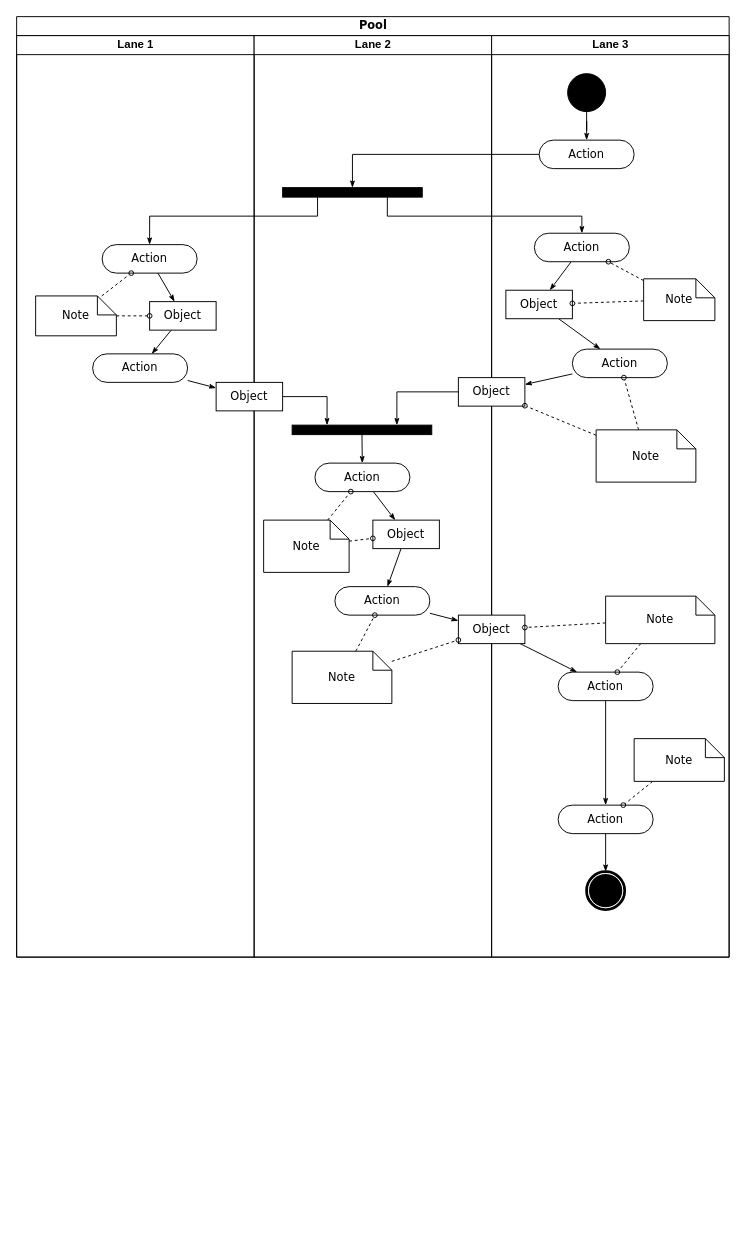
Earlier version of the draw.io diagram ActivityDiagram.drawio (wildman9x/1631). Source tidied: cells renumbered, new cells numbered last; positions are measured from the earlier drawing's top-left corner, leaving out a move shared by most shapes. Both pictures are drawn from the tidied source at 95%, with x=0, y=0 at pixel (16, 16).
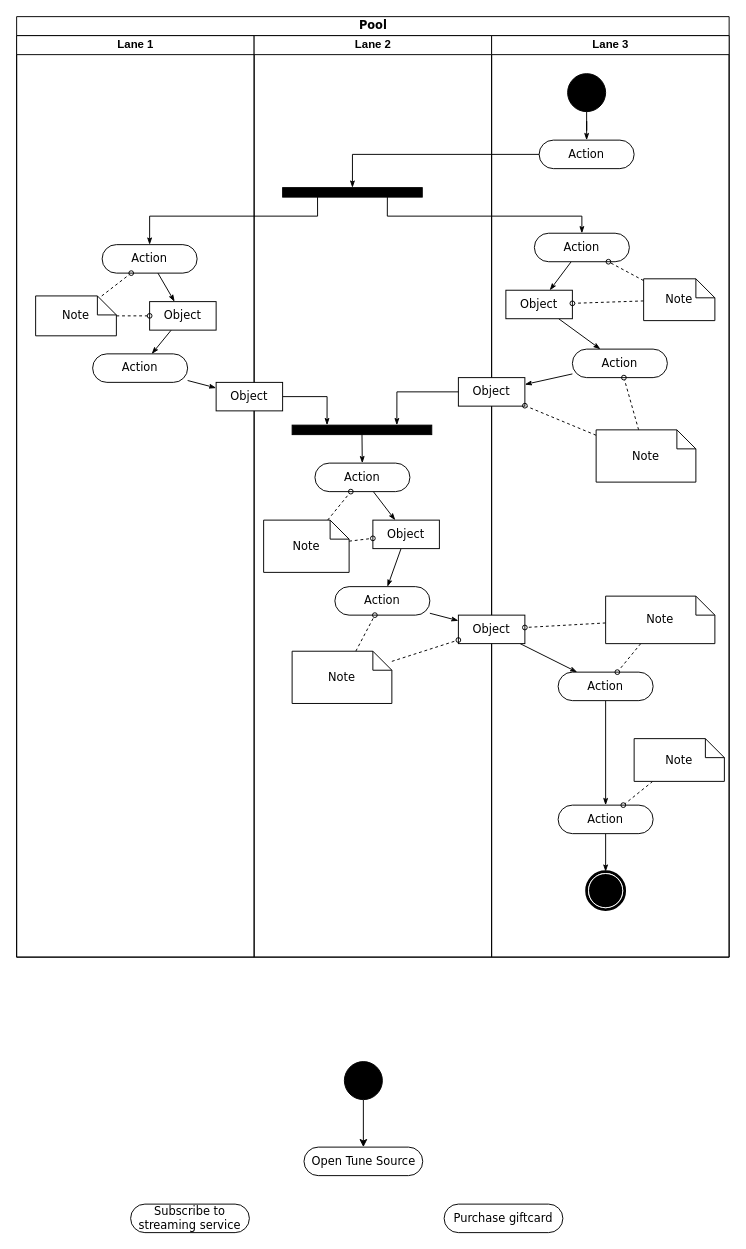
After the change.

What changed in the source:
```diff
@@
+    <mxCell id="64" style="edgeStyle=orthogonalEdgeStyle;rounded=0;jettySize=auto;html=1;entryX=0.5;entryY=0;entryDx=0;entryDy=0;" parent="1" edge="1" source="65" target="66">
+      <mxGeometry relative="1" as="geometry" />
+    </mxCell>
+    <mxCell id="65" style="ellipse;whiteSpace=wrap;html=1;rounded=0;shadow=0;comic=0;labelBackgroundColor=none;strokeWidth=1;fillColor=#000000;fontFamily=Verdana;fontSize=12;align=center;" parent="1" vertex="1">
+      <mxGeometry x="345" y="1100" width="40" height="40" as="geometry" />
+    </mxCell>
+    <mxCell id="66" value="Open Tune Source" style="rounded=1;whiteSpace=wrap;html=1;shadow=0;comic=0;labelBackgroundColor=none;strokeWidth=1;fontFamily=Verdana;fontSize=12;align=center;arcSize=50;" parent="1" vertex="1">
+      <mxGeometry x="302.5" y="1190" width="125" height="30" as="geometry" />
+    </mxCell>
+    <mxCell id="67" value="Subscribe to streaming service" style="rounded=1;whiteSpace=wrap;html=1;shadow=0;comic=0;labelBackgroundColor=none;strokeWidth=1;fontFamily=Verdana;fontSize=12;align=center;arcSize=50;" parent="1" vertex="1">
+      <mxGeometry x="120" y="1250" width="125" height="30" as="geometry" />
+    </mxCell>
+    <mxCell id="68" value="Purchase giftcard" style="rounded=1;whiteSpace=wrap;html=1;shadow=0;comic=0;labelBackgroundColor=none;strokeWidth=1;fontFamily=Verdana;fontSize=12;align=center;arcSize=50;" parent="1" vertex="1">
+      <mxGeometry x="450" y="1250" width="125" height="30" as="geometry" />
+    </mxCell>
```
